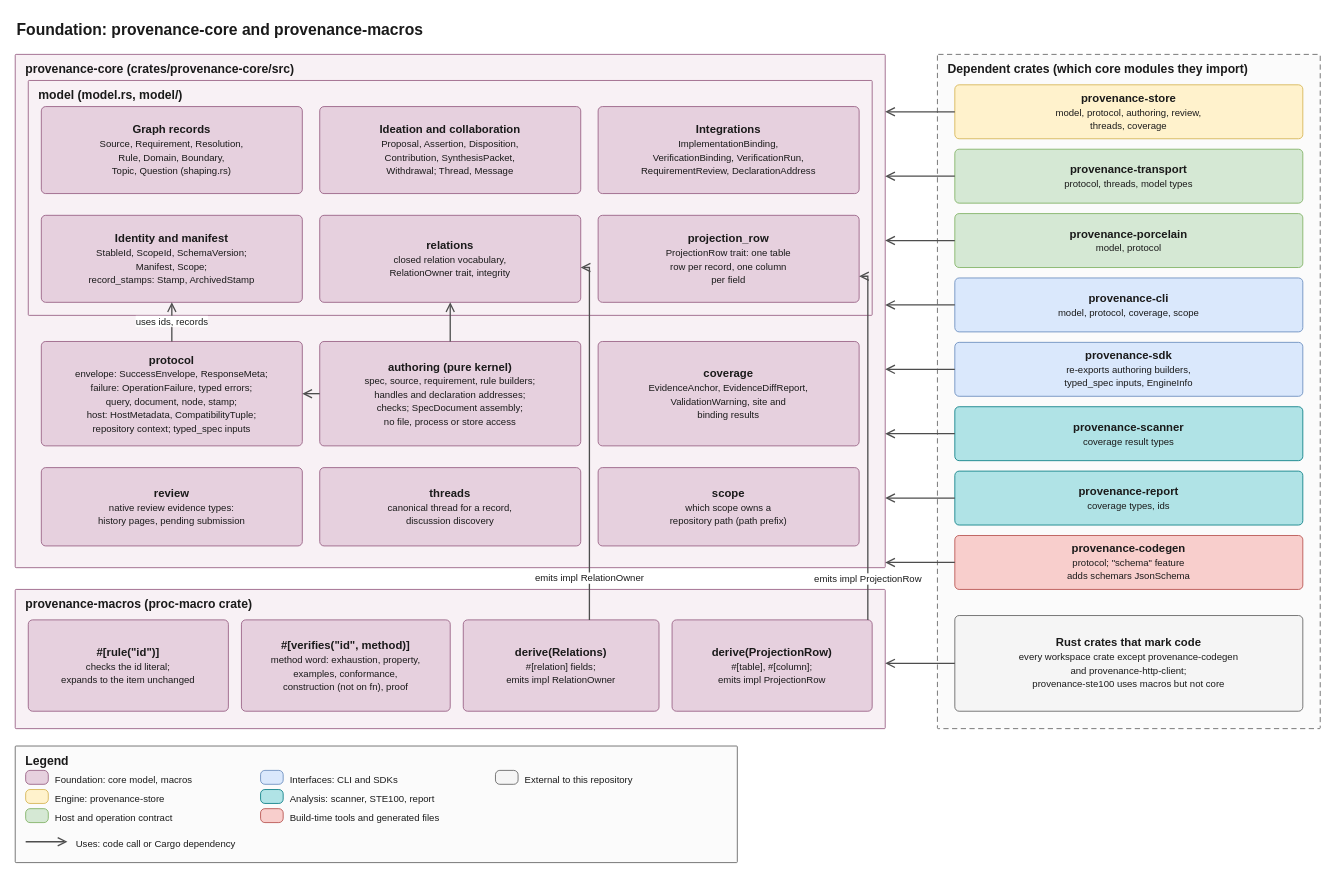
Before: docs/architecture/diagrams/01-core-and-macros.drawio in quality-sh/provenance, a draw.io diagram. Source tidied: cells renumbered, new cells numbered last; positions are measured from the earlier drawing's top-left corner, leaving out a move shared by most shapes. Both pictures are drawn from the tidied source at 87%, with x=0, y=0 at pixel (15, 15).
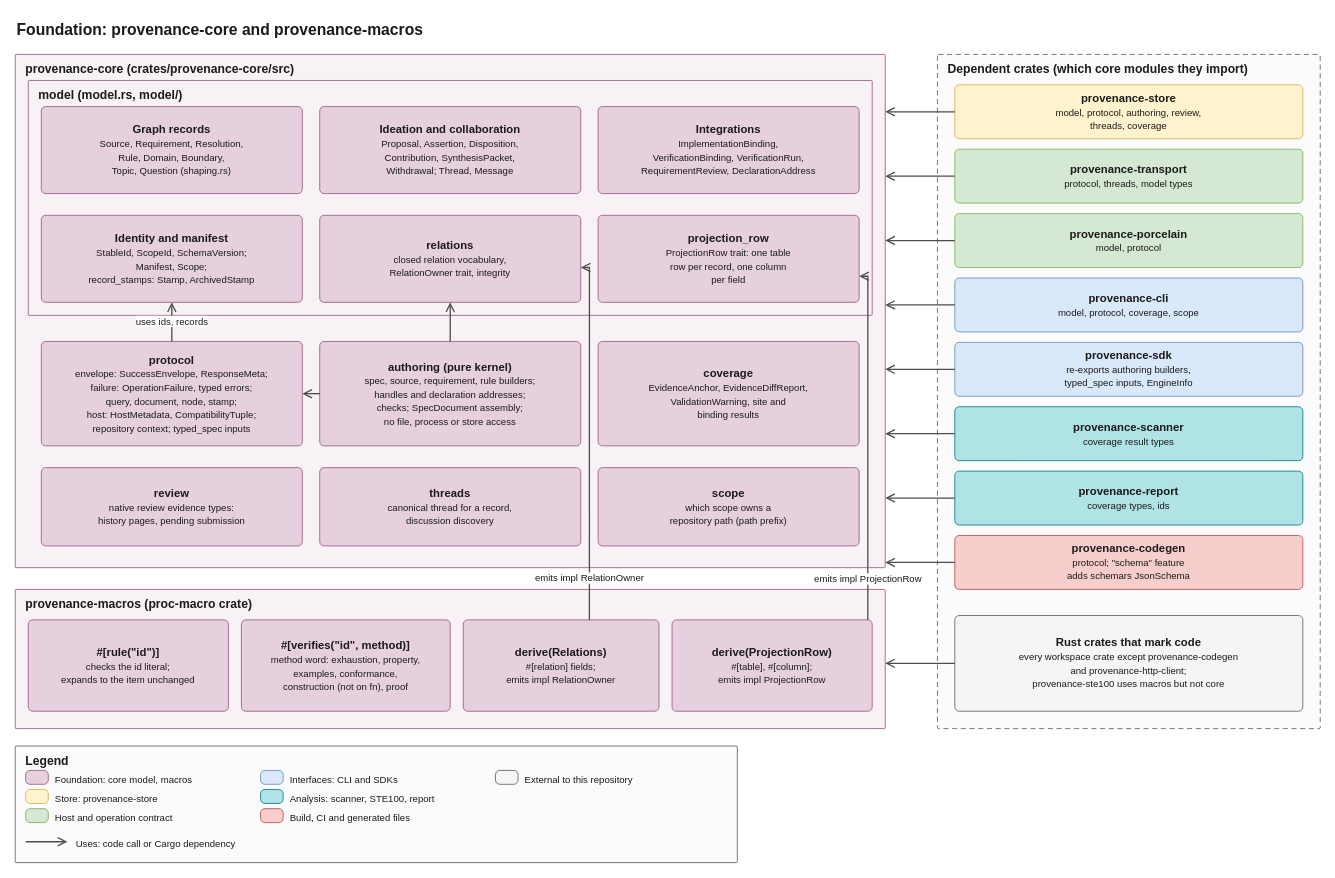
Above is the later version.

Unchanged cells that the change refers to:
```xml
<mxCell id="32" value="Legend" style="rounded=1;arcSize=2;absoluteArcSize=1;whiteSpace=wrap;html=1;fillColor=#fbfbfb;strokeColor=#666666;verticalAlign=top;align=left;spacingLeft=10;spacingRight=10;spacingTop=2;fontStyle=1;fontSize=14;fontColor=#1a1a1a;" parent="1" vertex="1">
  <mxGeometry y="840" width="830" height="134" as="geometry" />
</mxCell>
```

What changed in the source:
```diff
@@
-    <mxCell id="36" value="Engine: provenance-store" style="text;html=1;whiteSpace=wrap;align=left;verticalAlign=top;fontSize=11;fontColor=#1a1a1a;" parent="32" vertex="1">
+    <mxCell id="36" value="Store: provenance-store" style="text;html=1;whiteSpace=wrap;align=left;verticalAlign=top;fontSize=11;fontColor=#1a1a1a;" parent="32" vertex="1">
       <mxGeometry x="44" y="48" width="230" height="20" as="geometry" />
     </mxCell>
@@
-    <mxCell id="44" value="Build-time tools and generated files" style="text;html=1;whiteSpace=wrap;align=left;verticalAlign=top;fontSize=11;fontColor=#1a1a1a;" parent="32" vertex="1">
+    <mxCell id="44" value="Build, CI and generated files" style="text;html=1;whiteSpace=wrap;align=left;verticalAlign=top;fontSize=11;fontColor=#1a1a1a;" parent="32" vertex="1">
       <mxGeometry x="314" y="70" width="230" height="20" as="geometry" />
     </mxCell>
```
